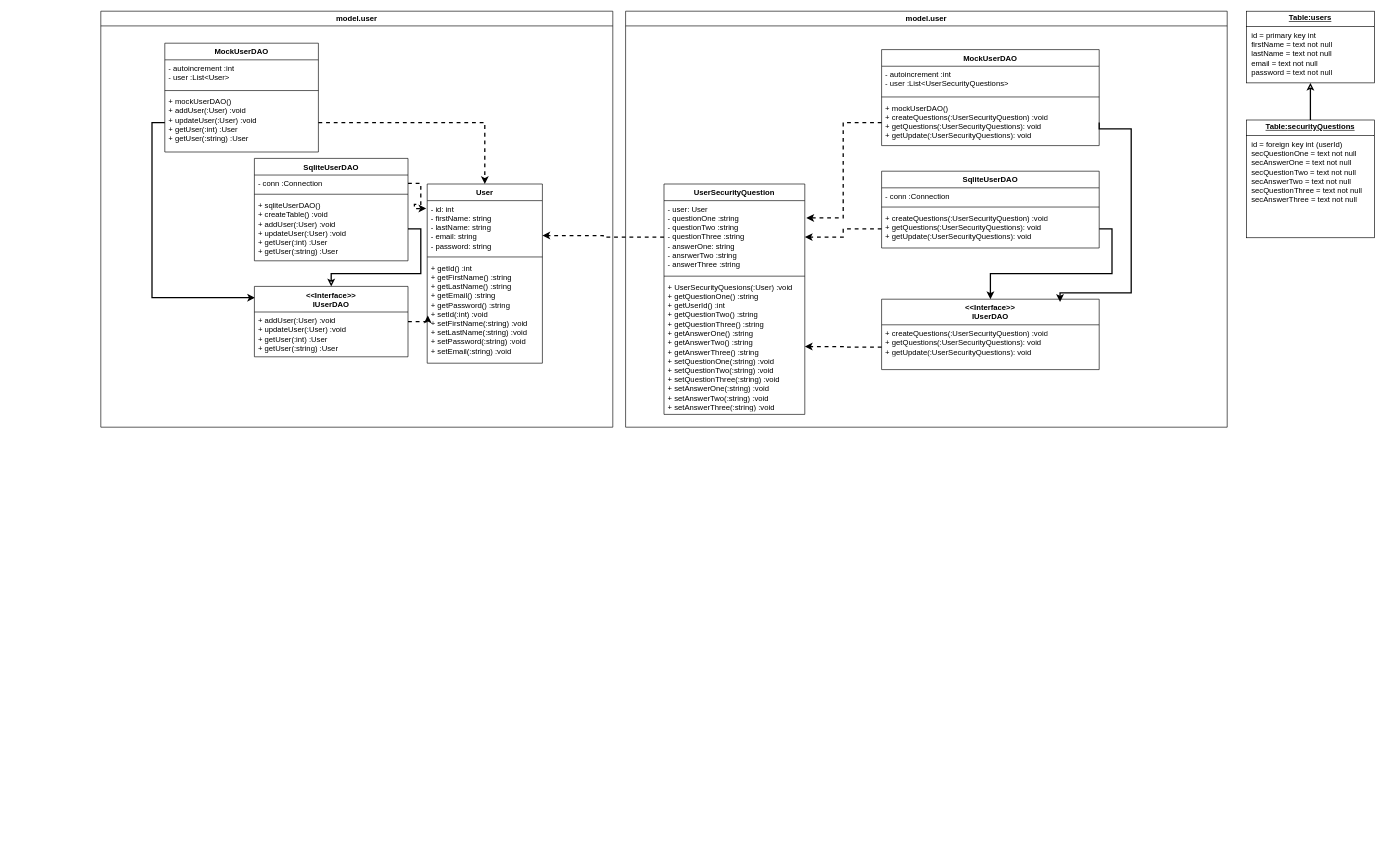
The draw.io diagram docs/Assets/UML/Users.drawio in apscandy/CAB302-Project, before the edit. Source tidied: cells renumbered, new cells numbered last; positions are measured from the earlier drawing's top-left corner, leaving out a move shared by most shapes. Both pictures are drawn from the tidied source at 64%, with x=0, y=0 at pixel (100, 11).
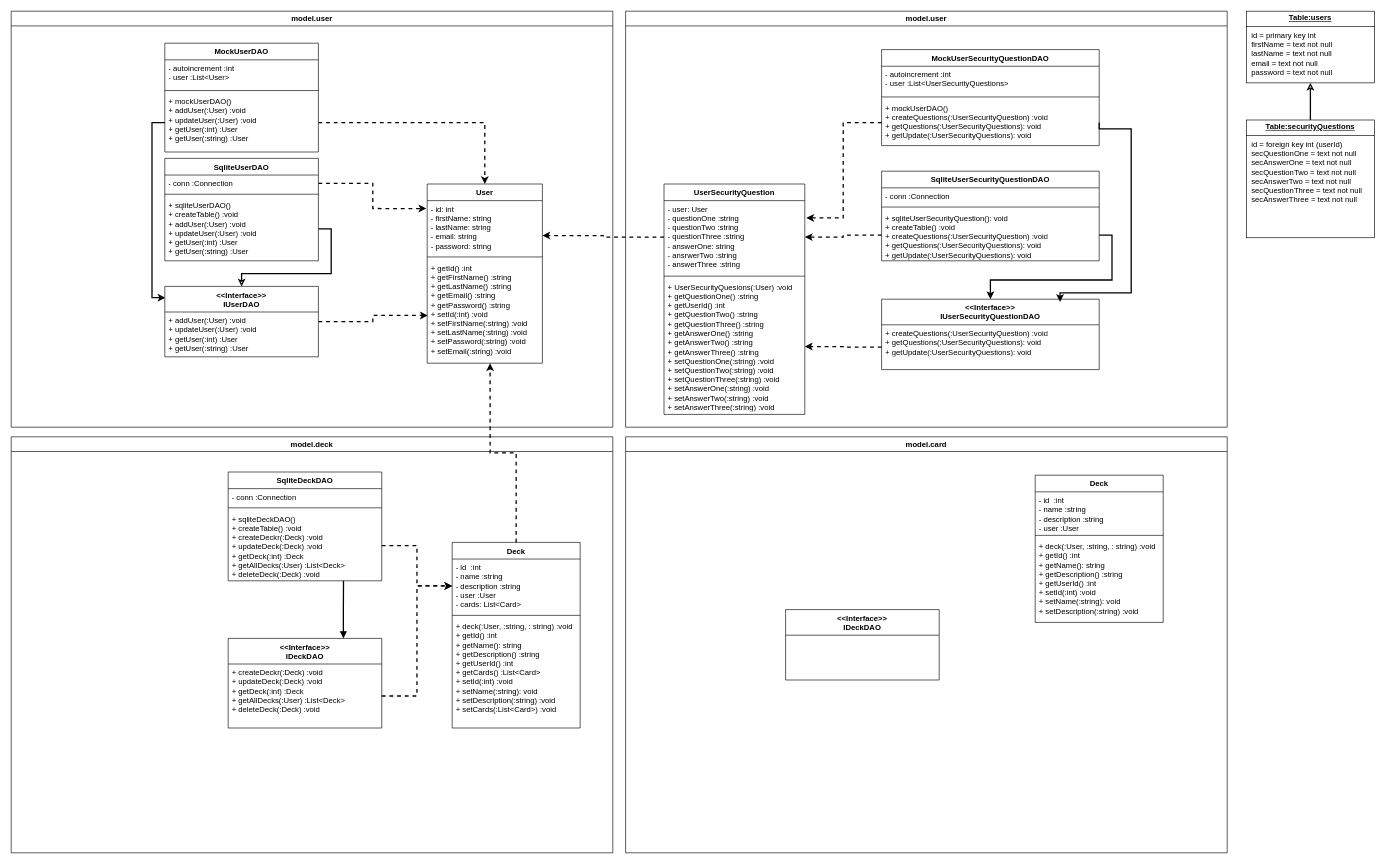
The same page after the edit.

Commit message:
docs: Add latests UML plan

The change refers to these unchanged cells:
```xml
<mxCell id="5" value="+ getId() :int&lt;div&gt;+ getFirstName() :string&lt;/div&gt;&lt;div&gt;+ getLastName() :string&lt;/div&gt;&lt;div&gt;+ getEmail() :string&lt;/div&gt;&lt;div&gt;+ getPassword() :string&lt;br&gt;&lt;div&gt;&lt;span style=&quot;background-color: transparent; color: light-dark(rgb(0, 0, 0), rgb(255, 255, 255));&quot;&gt;+ setId(:int) :void&lt;/span&gt;&lt;/div&gt;&lt;/div&gt;&lt;div&gt;&lt;span style=&quot;background-color: transparent; color: light-dark(rgb(0, 0, 0), rgb(255, 255, 255));&quot;&gt;+ setFirstName(:string) :void&lt;/span&gt;&lt;/div&gt;&lt;div&gt;&lt;span style=&quot;background-color: transparent; color: light-dark(rgb(0, 0, 0), rgb(255, 255, 255));&quot;&gt;+ setLastName(:string) :void&lt;/span&gt;&lt;/div&gt;&lt;div&gt;&lt;div&gt;&lt;span style=&quot;background-color: transparent; color: light-dark(rgb(0, 0, 0), rgb(255, 255, 255));&quot;&gt;+ setPassword(:string) :void&lt;/span&gt;&lt;/div&gt;&lt;/div&gt;&lt;div&gt;&lt;div&gt;&lt;span style=&quot;background-color: transparent; color: light-dark(rgb(0, 0, 0), rgb(255, 255, 255));&quot;&gt;+ setEmail(:string) :void&lt;/span&gt;&lt;/div&gt;&lt;/div&gt;&lt;div&gt;&lt;br&gt;&lt;/div&gt;" style="text;strokeColor=none;fillColor=none;align=left;verticalAlign=top;spacingLeft=4;spacingRight=4;overflow=hidden;points=[[0,0.5],[1,0.5]];portConstraint=eastwest;whiteSpace=wrap;html=1;" parent="2" vertex="1">
  <mxGeometry y="118" width="180" height="162" as="geometry" />
</mxCell>
<mxCell id="25" value="model.user" style="swimlane;whiteSpace=wrap;html=1;" parent="1" vertex="1">
  <mxGeometry x="820" width="940" height="650" as="geometry" />
</mxCell>
```

Change to the diagram source:
```diff
@@
     <mxCell id="16" value="model.user" style="swimlane;whiteSpace=wrap;html=1;" parent="1" vertex="1">
-      <mxGeometry width="800" height="650" as="geometry" />
+      <mxGeometry x="-140" width="940" height="650" as="geometry" />
     </mxCell>
@@
-    <mxCell id="30" value="&amp;lt;&amp;lt;Interface&amp;gt;&amp;gt;&lt;div&gt;IUserDAO&lt;/div&gt;" style="swimlane;fontStyle=1;align=center;verticalAlign=top;horizontal=1;startSize=40;whiteSpace=wrap;html=1;" parent="25" vertex="1">
+    <mxCell id="30" value="&amp;lt;&amp;lt;Interface&amp;gt;&amp;gt;&lt;div&gt;I&lt;span style=&quot;background-color: transparent; color: light-dark(rgb(0, 0, 0), rgb(255, 255, 255));&quot;&gt;UserSecurityQuestion&lt;/span&gt;&lt;span style=&quot;background-color: transparent; color: light-dark(rgb(0, 0, 0), rgb(255, 255, 255));&quot;&gt;DAO&lt;/span&gt;&lt;/div&gt;" style="swimlane;fontStyle=1;align=center;verticalAlign=top;horizontal=1;startSize=40;whiteSpace=wrap;html=1;" parent="25" vertex="1">
       <mxGeometry x="400" y="450" width="340" height="110" as="geometry" />
     </mxCell>
@@
-    <mxCell id="32" value="SqliteUserDAO" style="swimlane;fontStyle=1;align=center;verticalAlign=top;horizontal=1;startSize=26;whiteSpace=wrap;html=1;" parent="25" vertex="1">
-      <mxGeometry x="400" y="250" width="340" height="120" as="geometry" />
+    <mxCell id="32" value="SqliteUserSecurityQuestionDAO" style="swimlane;fontStyle=1;align=center;verticalAlign=top;horizontal=1;startSize=26;whiteSpace=wrap;html=1;" parent="25" vertex="1">
+      <mxGeometry x="400" y="250" width="340" height="140" as="geometry" />
     </mxCell>
@@
-    <mxCell id="35" value="&lt;div&gt;+ createQuestions(:UserSecurityQuestion) :void&lt;/div&gt;&lt;div&gt;+ getQuestions(:UserSecurityQuestions): void&lt;/div&gt;&lt;div&gt;+ getUpdate(:UserSecurityQuestions): void&lt;/div&gt;" style="text;strokeColor=none;fillColor=none;align=left;verticalAlign=top;spacingLeft=4;spacingRight=4;overflow=hidden;points=[[0,0.5],[1,0.5]];portConstraint=eastwest;whiteSpace=wrap;html=1;" parent="32" vertex="1">
-      <mxGeometry y="60" width="340" height="60" as="geometry" />
+    <mxCell id="35" value="&lt;div&gt;+ sqliteUserSecurityQuestion(): void&lt;/div&gt;&lt;div&gt;+ createTable() :void&lt;/div&gt;&lt;div&gt;+ createQuestions(:UserSecurityQuestion) :void&lt;/div&gt;&lt;div&gt;+ getQuestions(:UserSecurityQuestions): void&lt;/div&gt;&lt;div&gt;+ getUpdate(:UserSecurityQuestions): void&lt;/div&gt;" style="text;strokeColor=none;fillColor=none;align=left;verticalAlign=top;spacingLeft=4;spacingRight=4;overflow=hidden;points=[[0,0.5],[1,0.5]];portConstraint=eastwest;whiteSpace=wrap;html=1;" parent="32" vertex="1">
+      <mxGeometry y="60" width="340" height="80" as="geometry" />
     </mxCell>
-    <mxCell id="36" value="MockUserDAO" style="swimlane;fontStyle=1;align=center;verticalAlign=top;horizontal=1;startSize=26;whiteSpace=wrap;html=1;" parent="25" vertex="1">
+    <mxCell id="36" value="MockUserSecurityQuestionDAO" style="swimlane;fontStyle=1;align=center;verticalAlign=top;horizontal=1;startSize=26;whiteSpace=wrap;html=1;" parent="25" vertex="1">
       <mxGeometry x="400" y="60" width="340" height="150" as="geometry" />
     </mxCell>
@@
+    <mxCell id="46" value="model.deck" style="swimlane;whiteSpace=wrap;html=1;" parent="1" vertex="1">
+      <mxGeometry x="-140" y="665" width="940" height="650" as="geometry" />
+    </mxCell>
+    <mxCell id="47" value="Deck" style="swimlane;fontStyle=1;align=center;verticalAlign=top;horizontal=1;startSize=26;whiteSpace=wrap;html=1;" parent="46" vertex="1">
+      <mxGeometry x="689" y="165" width="200" height="290" as="geometry" />
+    </mxCell>
+    <mxCell id="48" value="- id&amp;nbsp; :int&lt;div&gt;- name :string&lt;/div&gt;&lt;div&gt;- description :string&amp;nbsp;&lt;/div&gt;&lt;div&gt;- user :User&lt;/div&gt;&lt;div&gt;- cards: List&amp;lt;Card&amp;gt;&lt;/div&gt;" style="text;strokeColor=none;fillColor=none;align=left;verticalAlign=top;spacingLeft=4;spacingRight=4;overflow=hidden;points=[[0,0.5],[1,0.5]];portConstraint=eastwest;whiteSpace=wrap;html=1;" parent="47" vertex="1">
+      <mxGeometry y="26" width="200" height="84" as="geometry" />
+    </mxCell>
+    <mxCell id="49" style="line;strokeWidth=1;fillColor=none;align=left;verticalAlign=middle;spacingTop=-1;spacingLeft=3;spacingRight=3;labelPosition=right;strokeColor=inherit;" parent="47" vertex="1">
+      <mxGeometry y="110" width="200" height="8" as="geometry" />
+    </mxCell>
+    <mxCell id="50" value="+ deck(:User, :string, : string) :void&lt;div&gt;+ getId() :int&lt;/div&gt;&lt;div&gt;+ getName(): string&lt;/div&gt;&lt;div&gt;+ getDescription() :string&lt;/div&gt;&lt;div&gt;+ getUserId() :int&lt;/div&gt;&lt;div&gt;+ getCards() :List&amp;lt;Card&amp;gt;&lt;/div&gt;&lt;div&gt;+ setId(:int) :void&lt;/div&gt;&lt;div&gt;+ setName(:string): void&lt;/div&gt;&lt;div&gt;+ setDescription(:string) :void&lt;/div&gt;&lt;div&gt;+ setCards(:List&amp;lt;Card&amp;gt;) :void&lt;/div&gt;" style="text;strokeColor=none;fillColor=none;align=left;verticalAlign=top;spacingLeft=4;spacingRight=4;overflow=hidden;whiteSpace=wrap;html=1;" parent="47" vertex="1">
+      <mxGeometry y="118" width="200" height="172" as="geometry" />
+    </mxCell>
+    <mxCell id="51" value="&amp;lt;&amp;lt;Interface&amp;gt;&amp;gt;&lt;div&gt;IDeckDAO&lt;/div&gt;" style="swimlane;fontStyle=1;align=center;verticalAlign=top;horizontal=1;startSize=40;whiteSpace=wrap;html=1;" parent="46" vertex="1">
+      <mxGeometry x="339" y="315" width="240" height="140" as="geometry" />
+    </mxCell>
+    <mxCell id="52" value="&lt;div&gt;+ createDeckr(:Deck) :void&lt;/div&gt;&lt;div&gt;+ updateDeck(:Deck) :void&lt;/div&gt;&lt;div&gt;&lt;span style=&quot;background-color: transparent; color: light-dark(rgb(0, 0, 0), rgb(255, 255, 255));&quot;&gt;+ getDeck(:int) :Deck&lt;/span&gt;&lt;/div&gt;&lt;div&gt;+ getAllDecks(:User) :List&amp;lt;Deck&amp;gt;&lt;/div&gt;&lt;div&gt;+ deleteDeck(:Deck) :void&lt;/div&gt;" style="text;strokeColor=none;fillColor=none;align=left;verticalAlign=top;spacingLeft=4;spacingRight=4;overflow=hidden;points=[[0,0.5],[1,0.5]];portConstraint=eastwest;whiteSpace=wrap;html=1;" parent="51" vertex="1">
+      <mxGeometry y="40" width="240" height="100" as="geometry" />
+    </mxCell>
+    <mxCell id="53" style="edgeStyle=orthogonalEdgeStyle;rounded=0;jettySize=auto;html=1;exitX=1;exitY=0.5;exitDx=0;exitDy=0;dashed=1;strokeWidth=2;" parent="46" edge="1" source="52" target="48">
+      <mxGeometry relative="1" as="geometry" />
+    </mxCell>
+    <mxCell id="54" value="SqliteDeckDAO" style="swimlane;fontStyle=1;align=center;verticalAlign=top;horizontal=1;startSize=26;whiteSpace=wrap;html=1;" parent="46" vertex="1">
+      <mxGeometry x="339" y="55" width="240" height="170" as="geometry" />
+    </mxCell>
+    <mxCell id="55" value="- conn :Connection" style="text;strokeColor=none;fillColor=none;align=left;verticalAlign=top;spacingLeft=4;spacingRight=4;overflow=hidden;whiteSpace=wrap;html=1;" parent="54" vertex="1">
+      <mxGeometry y="26" width="240" height="26" as="geometry" />
+    </mxCell>
+    <mxCell id="56" style="line;strokeWidth=1;fillColor=none;align=left;verticalAlign=middle;spacingTop=-1;spacingLeft=3;spacingRight=3;labelPosition=right;strokeColor=inherit;" parent="54" vertex="1">
+      <mxGeometry y="52" width="240" height="8" as="geometry" />
+    </mxCell>
+    <mxCell id="57" value="+ sqliteDeckDAO()&amp;nbsp;&lt;div&gt;+ createTable() :void&lt;/div&gt;&lt;div&gt;&lt;div&gt;+ createDeckr(:Deck) :void&lt;/div&gt;&lt;div&gt;+ updateDeck(:Deck) :void&lt;/div&gt;&lt;div&gt;&lt;span style=&quot;background-color: transparent; color: light-dark(rgb(0, 0, 0), rgb(255, 255, 255));&quot;&gt;+ getDeck(:int) :Deck&lt;/span&gt;&lt;/div&gt;&lt;div&gt;+ getAllDecks(:User) :List&amp;lt;Deck&amp;gt;&lt;/div&gt;&lt;div&gt;+ deleteDeck(:Deck) :void&lt;/div&gt;&lt;/div&gt;" style="text;strokeColor=none;fillColor=none;align=left;verticalAlign=top;spacingLeft=4;spacingRight=4;overflow=hidden;points=[[0,0.5],[1,0.5]];portConstraint=eastwest;whiteSpace=wrap;html=1;" parent="54" vertex="1">
+      <mxGeometry y="60" width="240" height="110" as="geometry" />
+    </mxCell>
+    <mxCell id="58" style="edgeStyle=orthogonalEdgeStyle;rounded=0;jettySize=auto;html=1;exitX=1;exitY=0.5;exitDx=0;exitDy=0;dashed=1;strokeWidth=2;" parent="46" edge="1" source="57" target="48">
+      <mxGeometry relative="1" as="geometry" />
+    </mxCell>
+    <mxCell id="59" style="edgeStyle=orthogonalEdgeStyle;rounded=0;jettySize=auto;html=1;exitX=0.75;exitY=0;exitDx=0;exitDy=0;entryX=0.751;entryY=1;entryDx=0;entryDy=0;entryPerimeter=0;strokeWidth=2;startArrow=block;startFill=1;endArrow=none;" parent="46" edge="1" source="51" target="57">
+      <mxGeometry relative="1" as="geometry" />
+    </mxCell>
+    <mxCell id="60" value="model.card" style="swimlane;whiteSpace=wrap;html=1;" parent="1" vertex="1">
+      <mxGeometry x="820" y="665" width="940" height="650" as="geometry" />
+    </mxCell>
+    <mxCell id="61" value="Deck" style="swimlane;fontStyle=1;align=center;verticalAlign=top;horizontal=1;startSize=26;whiteSpace=wrap;html=1;" parent="60" vertex="1">
+      <mxGeometry x="640" y="60" width="200" height="230" as="geometry" />
+    </mxCell>
+    <mxCell id="62" value="- id&amp;nbsp; :int&lt;div&gt;- name :string&lt;/div&gt;&lt;div&gt;- description :string&amp;nbsp;&lt;/div&gt;&lt;div&gt;- user :User&lt;/div&gt;" style="text;strokeColor=none;fillColor=none;align=left;verticalAlign=top;spacingLeft=4;spacingRight=4;overflow=hidden;whiteSpace=wrap;html=1;" parent="61" vertex="1">
+      <mxGeometry y="26" width="200" height="64" as="geometry" />
+    </mxCell>
+    <mxCell id="63" style="line;strokeWidth=1;fillColor=none;align=left;verticalAlign=middle;spacingTop=-1;spacingLeft=3;spacingRight=3;labelPosition=right;strokeColor=inherit;" parent="61" vertex="1">
+      <mxGeometry y="90" width="200" height="8" as="geometry" />
+    </mxCell>
+    <mxCell id="64" value="+ deck(:User, :string, : string) :void&lt;div&gt;+ getId() :int&lt;/div&gt;&lt;div&gt;+ getName(): string&lt;/div&gt;&lt;div&gt;+ getDescription() :string&lt;/div&gt;&lt;div&gt;+ getUserId() :int&lt;/div&gt;&lt;div&gt;+ setId(:int) :void&lt;/div&gt;&lt;div&gt;+ setName(:string): void&lt;/div&gt;&lt;div&gt;+ setDescription(:string) :void&lt;/div&gt;" style="text;strokeColor=none;fillColor=none;align=left;verticalAlign=top;spacingLeft=4;spacingRight=4;overflow=hidden;whiteSpace=wrap;html=1;" parent="61" vertex="1">
+      <mxGeometry y="98" width="200" height="132" as="geometry" />
+    </mxCell>
+    <mxCell id="65" value="&amp;lt;&amp;lt;Interface&amp;gt;&amp;gt;&lt;div&gt;IDeckDAO&lt;/div&gt;" style="swimlane;fontStyle=1;align=center;verticalAlign=top;horizontal=1;startSize=40;whiteSpace=wrap;html=1;" parent="60" vertex="1">
+      <mxGeometry x="250" y="270" width="240" height="110" as="geometry" />
+    </mxCell>
+    <mxCell id="66" style="edgeStyle=orthogonalEdgeStyle;rounded=0;jettySize=auto;html=1;exitX=0.5;exitY=0;exitDx=0;exitDy=0;entryX=0.546;entryY=1.001;entryDx=0;entryDy=0;entryPerimeter=0;strokeWidth=2;dashed=1;" parent="1" edge="1" source="47" target="5">
+      <mxGeometry relative="1" as="geometry" />
+    </mxCell>
```
